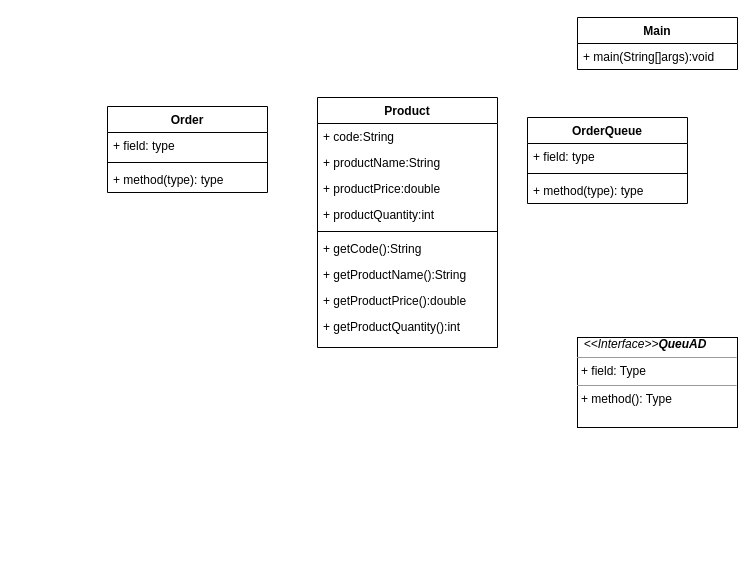
Above: DSAprojecgt.drawio in khanh8603/khanh8603 (draw.io), before the change. Source tidied: cells renumbered, new cells numbered last; positions are measured from the earlier drawing's top-left corner, leaving out a move shared by most shapes. Both pictures are drawn from the tidied source at 100%, with x=0, y=0 at pixel (107, 17).
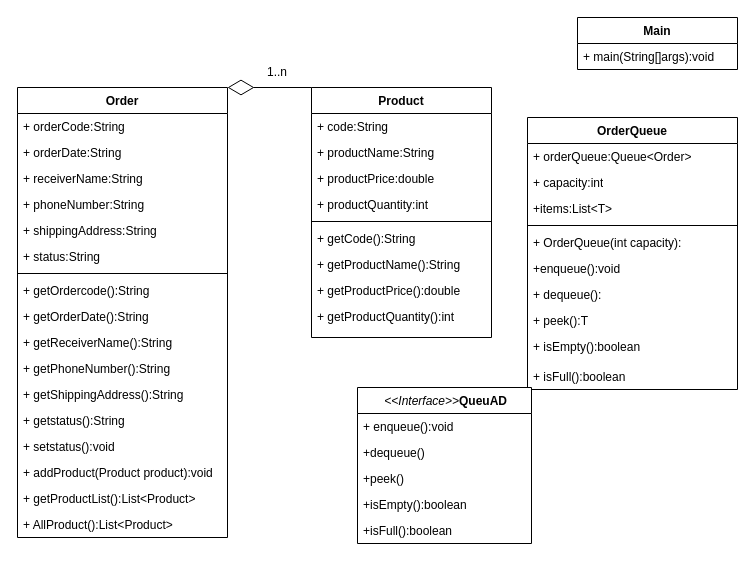
The same diagram, later.

Commit message (it also covers changes not shown here):
Cập nhật DSAprojecgt.drawio

What changed in the source:
```diff
@@
     <mxCell id="2" value="Product" style="swimlane;fontStyle=1;align=center;verticalAlign=top;horizontal=1;startSize=26;whiteSpace=wrap;html=1;" parent="1" vertex="1">
-      <mxGeometry x="210" y="80" width="180" height="250" as="geometry" />
+      <mxGeometry x="204" y="70" width="180" height="250" as="geometry" />
     </mxCell>
@@
     <mxCell id="12" value="Order" style="swimlane;fontStyle=1;align=center;verticalAlign=top;horizontal=1;startSize=26;whiteSpace=wrap;html=1;" parent="1" vertex="1">
-      <mxGeometry y="89" width="160" height="86" as="geometry" />
+      <mxGeometry x="-90" y="70" width="210" height="450" as="geometry" />
     </mxCell>
-    <mxCell id="13" value="+ field: type" style="text;strokeColor=none;fillColor=none;align=left;verticalAlign=top;spacingLeft=4;spacingRight=4;overflow=hidden;whiteSpace=wrap;html=1;" parent="12" vertex="1">
-      <mxGeometry y="26" width="160" height="26" as="geometry" />
+    <mxCell id="13" value="+ orderCode:String" style="text;strokeColor=none;fillColor=none;align=left;verticalAlign=top;spacingLeft=4;spacingRight=4;overflow=hidden;whiteSpace=wrap;html=1;" parent="12" vertex="1">
+      <mxGeometry y="26" width="210" height="26" as="geometry" />
     </mxCell>
+    <mxCell id="23" value="+ orderDate:String" style="text;strokeColor=none;fillColor=none;align=left;verticalAlign=top;spacingLeft=4;spacingRight=4;overflow=hidden;whiteSpace=wrap;html=1;" parent="12" vertex="1">
+      <mxGeometry y="52" width="210" height="26" as="geometry" />
+    </mxCell>
+    <mxCell id="24" value="+ receiverName:String" style="text;strokeColor=none;fillColor=none;align=left;verticalAlign=top;spacingLeft=4;spacingRight=4;overflow=hidden;whiteSpace=wrap;html=1;" parent="12" vertex="1">
+      <mxGeometry y="78" width="210" height="26" as="geometry" />
+    </mxCell>
+    <mxCell id="25" value="+ phoneNumber:String" style="text;strokeColor=none;fillColor=none;align=left;verticalAlign=top;spacingLeft=4;spacingRight=4;overflow=hidden;whiteSpace=wrap;html=1;" parent="12" vertex="1">
+      <mxGeometry y="104" width="210" height="26" as="geometry" />
+    </mxCell>
+    <mxCell id="26" value="+ shippingAddress:String" style="text;strokeColor=none;fillColor=none;align=left;verticalAlign=top;spacingLeft=4;spacingRight=4;overflow=hidden;whiteSpace=wrap;html=1;" parent="12" vertex="1">
+      <mxGeometry y="130" width="210" height="26" as="geometry" />
+    </mxCell>
+    <mxCell id="27" value="+ status:String" style="text;strokeColor=none;fillColor=none;align=left;verticalAlign=top;spacingLeft=4;spacingRight=4;overflow=hidden;whiteSpace=wrap;html=1;" parent="12" vertex="1">
+      <mxGeometry y="156" width="210" height="26" as="geometry" />
+    </mxCell>
     <mxCell id="14" style="line;strokeWidth=1;fillColor=none;align=left;verticalAlign=middle;spacingTop=-1;spacingLeft=3;spacingRight=3;labelPosition=right;strokeColor=inherit;" parent="12" vertex="1">
-      <mxGeometry y="52" width="160" height="8" as="geometry" />
+      <mxGeometry y="182" width="210" height="8" as="geometry" />
     </mxCell>
-    <mxCell id="15" value="+ method(type): type" style="text;strokeColor=none;fillColor=none;align=left;verticalAlign=top;spacingLeft=4;spacingRight=4;overflow=hidden;whiteSpace=wrap;html=1;" parent="12" vertex="1">
-      <mxGeometry y="60" width="160" height="26" as="geometry" />
+    <mxCell id="15" value="+ getOrdercode():String" style="text;strokeColor=none;fillColor=none;align=left;verticalAlign=top;spacingLeft=4;spacingRight=4;overflow=hidden;whiteSpace=wrap;html=1;" parent="12" vertex="1">
+      <mxGeometry y="190" width="210" height="26" as="geometry" />
     </mxCell>
+    <mxCell id="28" value="+ getOrderDate():String" style="text;strokeColor=none;fillColor=none;align=left;verticalAlign=top;spacingLeft=4;spacingRight=4;overflow=hidden;whiteSpace=wrap;html=1;" parent="12" vertex="1">
+      <mxGeometry y="216" width="210" height="26" as="geometry" />
+    </mxCell>
+    <mxCell id="29" value="+ getReceiverName():String" style="text;strokeColor=none;fillColor=none;align=left;verticalAlign=top;spacingLeft=4;spacingRight=4;overflow=hidden;whiteSpace=wrap;html=1;" parent="12" vertex="1">
+      <mxGeometry y="242" width="210" height="26" as="geometry" />
+    </mxCell>
+    <mxCell id="30" value="+ getPhoneNumber():String" style="text;strokeColor=none;fillColor=none;align=left;verticalAlign=top;spacingLeft=4;spacingRight=4;overflow=hidden;whiteSpace=wrap;html=1;" parent="12" vertex="1">
+      <mxGeometry y="268" width="210" height="26" as="geometry" />
+    </mxCell>
+    <mxCell id="31" value="+ getShippingAddress():String" style="text;strokeColor=none;fillColor=none;align=left;verticalAlign=top;spacingLeft=4;spacingRight=4;overflow=hidden;whiteSpace=wrap;html=1;" parent="12" vertex="1">
+      <mxGeometry y="294" width="210" height="26" as="geometry" />
+    </mxCell>
+    <mxCell id="32" value="+ getstatus():String" style="text;strokeColor=none;fillColor=none;align=left;verticalAlign=top;spacingLeft=4;spacingRight=4;overflow=hidden;whiteSpace=wrap;html=1;" parent="12" vertex="1">
+      <mxGeometry y="320" width="210" height="26" as="geometry" />
+    </mxCell>
+    <mxCell id="33" value="+ setstatus():void" style="text;strokeColor=none;fillColor=none;align=left;verticalAlign=top;spacingLeft=4;spacingRight=4;overflow=hidden;whiteSpace=wrap;html=1;" parent="12" vertex="1">
+      <mxGeometry y="346" width="210" height="26" as="geometry" />
+    </mxCell>
+    <mxCell id="34" value="+ addProduct(Product product):void" style="text;strokeColor=none;fillColor=none;align=left;verticalAlign=top;spacingLeft=4;spacingRight=4;overflow=hidden;whiteSpace=wrap;html=1;" parent="12" vertex="1">
+      <mxGeometry y="372" width="210" height="26" as="geometry" />
+    </mxCell>
+    <mxCell id="35" value="+ getProductList():List&amp;lt;Product&amp;gt;" style="text;strokeColor=none;fillColor=none;align=left;verticalAlign=top;spacingLeft=4;spacingRight=4;overflow=hidden;whiteSpace=wrap;html=1;" parent="12" vertex="1">
+      <mxGeometry y="398" width="210" height="26" as="geometry" />
+    </mxCell>
+    <mxCell id="36" value="+ AllProduct():List&amp;lt;Product&amp;gt;" style="text;strokeColor=none;fillColor=none;align=left;verticalAlign=top;spacingLeft=4;spacingRight=4;overflow=hidden;whiteSpace=wrap;html=1;" parent="12" vertex="1">
+      <mxGeometry y="424" width="210" height="26" as="geometry" />
+    </mxCell>
     <mxCell id="16" value="OrderQueue" style="swimlane;fontStyle=1;align=center;verticalAlign=top;horizontal=1;startSize=26;whiteSpace=wrap;html=1;" parent="1" vertex="1">
-      <mxGeometry x="420" y="100" width="160" height="86" as="geometry" />
+      <mxGeometry x="420" y="100" width="210" height="272" as="geometry" />
     </mxCell>
-    <mxCell id="17" value="+ field: type" style="text;strokeColor=none;fillColor=none;align=left;verticalAlign=top;spacingLeft=4;spacingRight=4;overflow=hidden;whiteSpace=wrap;html=1;" parent="16" vertex="1">
-      <mxGeometry y="26" width="160" height="26" as="geometry" />
+    <mxCell id="17" value="+ orderQueue:Queue&amp;lt;Order&amp;gt;" style="text;strokeColor=none;fillColor=none;align=left;verticalAlign=top;spacingLeft=4;spacingRight=4;overflow=hidden;whiteSpace=wrap;html=1;" parent="16" vertex="1">
+      <mxGeometry y="26" width="210" height="26" as="geometry" />
     </mxCell>
+    <mxCell id="37" value="+ capacity:int" style="text;strokeColor=none;fillColor=none;align=left;verticalAlign=top;spacingLeft=4;spacingRight=4;overflow=hidden;whiteSpace=wrap;html=1;" parent="16" vertex="1">
+      <mxGeometry y="52" width="210" height="26" as="geometry" />
+    </mxCell>
+    <mxCell id="38" value="+items:List&amp;lt;T&amp;gt;" style="text;strokeColor=none;fillColor=none;align=left;verticalAlign=top;spacingLeft=4;spacingRight=4;overflow=hidden;whiteSpace=wrap;html=1;" parent="16" vertex="1">
+      <mxGeometry y="78" width="210" height="26" as="geometry" />
+    </mxCell>
     <mxCell id="18" style="line;strokeWidth=1;fillColor=none;align=left;verticalAlign=middle;spacingTop=-1;spacingLeft=3;spacingRight=3;labelPosition=right;strokeColor=inherit;" parent="16" vertex="1">
-      <mxGeometry y="52" width="160" height="8" as="geometry" />
+      <mxGeometry y="104" width="210" height="8" as="geometry" />
     </mxCell>
-    <mxCell id="19" value="+ method(type): type" style="text;strokeColor=none;fillColor=none;align=left;verticalAlign=top;spacingLeft=4;spacingRight=4;overflow=hidden;whiteSpace=wrap;html=1;" parent="16" vertex="1">
-      <mxGeometry y="60" width="160" height="26" as="geometry" />
+    <mxCell id="19" value="+ OrderQueue(int capacity):" style="text;strokeColor=none;fillColor=none;align=left;verticalAlign=top;spacingLeft=4;spacingRight=4;overflow=hidden;whiteSpace=wrap;html=1;" parent="16" vertex="1">
+      <mxGeometry y="112" width="210" height="26" as="geometry" />
     </mxCell>
+    <mxCell id="39" value="+enqueue():void" style="text;strokeColor=none;fillColor=none;align=left;verticalAlign=top;spacingLeft=4;spacingRight=4;overflow=hidden;whiteSpace=wrap;html=1;" parent="16" vertex="1">
+      <mxGeometry y="138" width="210" height="26" as="geometry" />
+    </mxCell>
+    <mxCell id="40" value="+ dequeue():" style="text;strokeColor=none;fillColor=none;align=left;verticalAlign=top;spacingLeft=4;spacingRight=4;overflow=hidden;whiteSpace=wrap;html=1;" parent="16" vertex="1">
+      <mxGeometry y="164" width="210" height="26" as="geometry" />
+    </mxCell>
+    <mxCell id="41" value="+ peek():T" style="text;strokeColor=none;fillColor=none;align=left;verticalAlign=top;spacingLeft=4;spacingRight=4;overflow=hidden;whiteSpace=wrap;html=1;" parent="16" vertex="1">
+      <mxGeometry y="190" width="210" height="26" as="geometry" />
+    </mxCell>
+    <mxCell id="42" value="+ isEmpty():boolean" style="text;strokeColor=none;fillColor=none;align=left;verticalAlign=top;spacingLeft=4;spacingRight=4;overflow=hidden;whiteSpace=wrap;html=1;" parent="16" vertex="1">
+      <mxGeometry y="216" width="210" height="30" as="geometry" />
+    </mxCell>
+    <mxCell id="43" value="+ isFull():boolean" style="text;strokeColor=none;fillColor=none;align=left;verticalAlign=top;spacingLeft=4;spacingRight=4;overflow=hidden;whiteSpace=wrap;html=1;" parent="16" vertex="1">
+      <mxGeometry y="246" width="210" height="26" as="geometry" />
+    </mxCell>
@@
-    <mxCell id="22" value="&lt;i style=&quot;border-color: var(--border-color); text-align: center;&quot;&gt;&amp;nbsp; &amp;lt;&amp;lt;Interface&amp;gt;&amp;gt;&lt;b style=&quot;background-color: initial;&quot;&gt;QueuAD&lt;/b&gt;&lt;br&gt;&lt;/i&gt;&lt;hr size=&quot;1&quot;&gt;&lt;p style=&quot;margin:0px;margin-left:4px;&quot;&gt;+ field: Type&lt;/p&gt;&lt;hr size=&quot;1&quot;&gt;&lt;p style=&quot;margin:0px;margin-left:4px;&quot;&gt;+ method(): Type&lt;/p&gt;" style="verticalAlign=top;align=left;overflow=fill;fontSize=12;fontFamily=Helvetica;html=1;whiteSpace=wrap;" parent="1" vertex="1">
-      <mxGeometry x="470" y="320" width="160" height="90" as="geometry" />
-    </mxCell>
+    <mxCell id="44" value="&lt;i style=&quot;border-color: var(--border-color); font-weight: 400;&quot;&gt;&amp;nbsp;&amp;lt;&amp;lt;Interface&amp;gt;&amp;gt;&lt;/i&gt;QueuAD" style="swimlane;fontStyle=1;align=center;verticalAlign=top;horizontal=1;startSize=26;whiteSpace=wrap;html=1;" parent="1" vertex="1">
+      <mxGeometry x="250" y="370" width="174" height="156" as="geometry" />
+    </mxCell>
+    <mxCell id="45" value="+ enqueue():void" style="text;strokeColor=none;fillColor=none;align=left;verticalAlign=top;spacingLeft=4;spacingRight=4;overflow=hidden;whiteSpace=wrap;html=1;" parent="44" vertex="1">
+      <mxGeometry y="26" width="174" height="26" as="geometry" />
+    </mxCell>
+    <mxCell id="46" value="+dequeue()" style="text;strokeColor=none;fillColor=none;align=left;verticalAlign=top;spacingLeft=4;spacingRight=4;overflow=hidden;whiteSpace=wrap;html=1;" parent="44" vertex="1">
+      <mxGeometry y="52" width="174" height="26" as="geometry" />
+    </mxCell>
+    <mxCell id="47" value="+peek()" style="text;strokeColor=none;fillColor=none;align=left;verticalAlign=top;spacingLeft=4;spacingRight=4;overflow=hidden;whiteSpace=wrap;html=1;" parent="44" vertex="1">
+      <mxGeometry y="78" width="174" height="26" as="geometry" />
+    </mxCell>
+    <mxCell id="48" value="+isEmpty():boolean" style="text;strokeColor=none;fillColor=none;align=left;verticalAlign=top;spacingLeft=4;spacingRight=4;overflow=hidden;whiteSpace=wrap;html=1;" parent="44" vertex="1">
+      <mxGeometry y="104" width="174" height="26" as="geometry" />
+    </mxCell>
+    <mxCell id="49" value="+isFull():boolean" style="text;strokeColor=none;fillColor=none;align=left;verticalAlign=top;spacingLeft=4;spacingRight=4;overflow=hidden;whiteSpace=wrap;html=1;" parent="44" vertex="1">
+      <mxGeometry y="130" width="174" height="26" as="geometry" />
+    </mxCell>
+    <mxCell id="50" style="endArrow=diamondThin;endFill=0;endSize=24;html=1;rounded=0;exitX=0;exitY=0;exitDx=0;exitDy=0;entryX=1;entryY=0;entryDx=0;entryDy=0;" parent="1" edge="1" source="2" target="12">
+      <mxGeometry relative="1" as="geometry" />
+    </mxCell>
+    <mxCell id="51" value="1..n" style="text;html=1;strokeColor=none;fillColor=none;align=center;verticalAlign=middle;whiteSpace=wrap;rounded=0;" parent="1" vertex="1">
+      <mxGeometry x="140" y="40" width="60" height="30" as="geometry" />
+    </mxCell>
```
